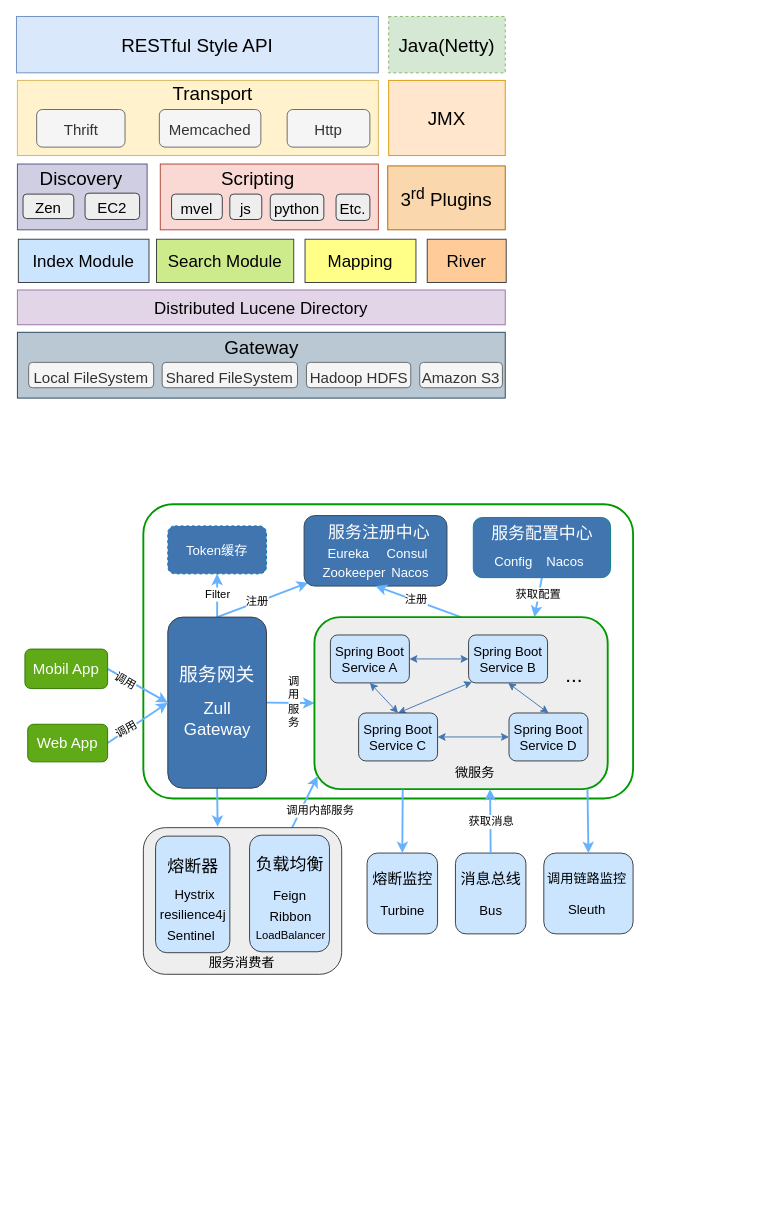
Life-Cycle/xixi keeps this draw.io diagram as page "第 3 页" (3 of 4) of 未命名绘图.drawio. Above is the earlier version. Source tidied: cells renumbered, new cells numbered last; positions are measured from the earlier drawing's top-left corner, leaving out a move shared by most shapes. Both pictures are drawn from the tidied source at 94%, with x=0, y=0 at pixel (16, 16).
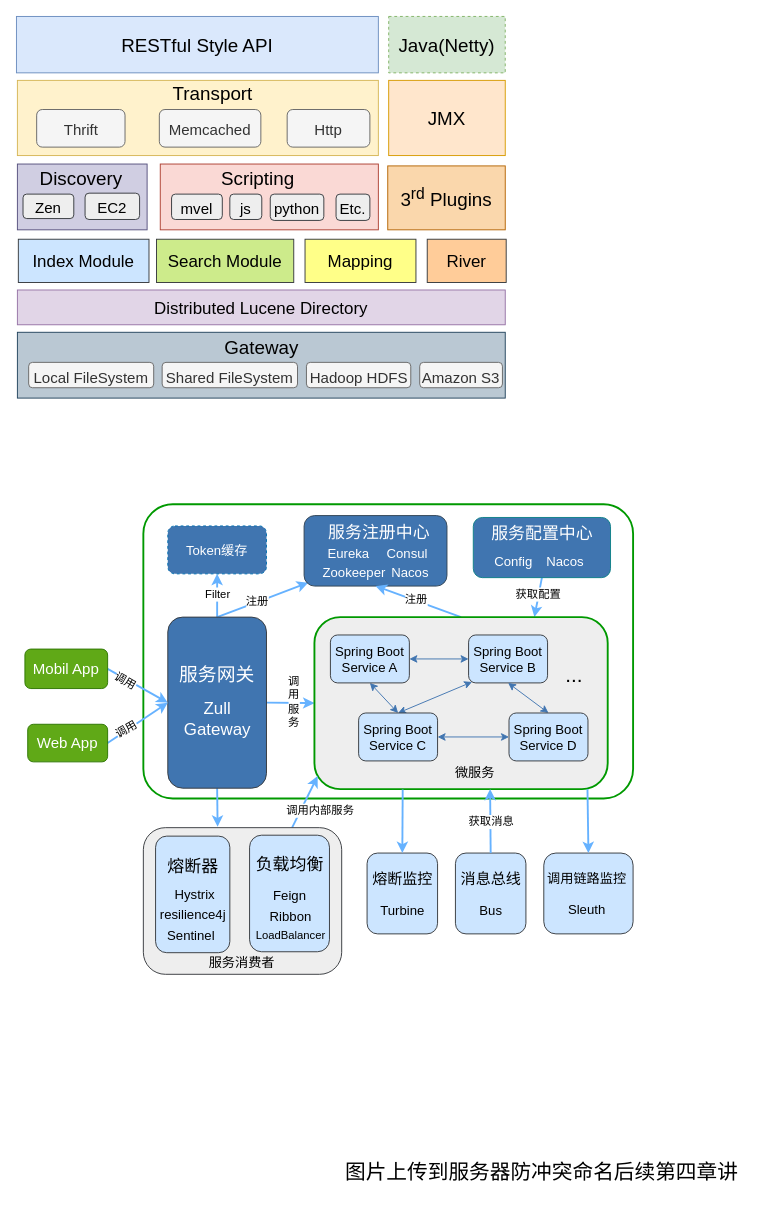
The same page after the edit.

Commit message:
更新未命名绘图.drawio

Diff of the diagram source:
```diff
@@
+    <mxCell id="103" value="&lt;p class=&quot;MsoNormal&quot; style=&quot;text-indent: 24.0pt ; line-height: 20.0pt&quot;&gt;&lt;span&gt;&lt;font color=&quot;#000000&quot;&gt;图片上传到服务器防冲突命名后续第四章讲&lt;/font&gt;&lt;/span&gt;&lt;span lang=&quot;EN-US&quot; style=&quot;font-family: &amp;#34;times new roman&amp;#34; , serif&quot;&gt;&lt;/span&gt;&lt;/p&gt;" style="text;whiteSpace=wrap;html=1;fontSize=22;fontColor=#4075B0;" parent="1" vertex="1">
+      <mxGeometry x="316.4" y="1188.2" width="461" height="76" as="geometry" />
+    </mxCell>
```
